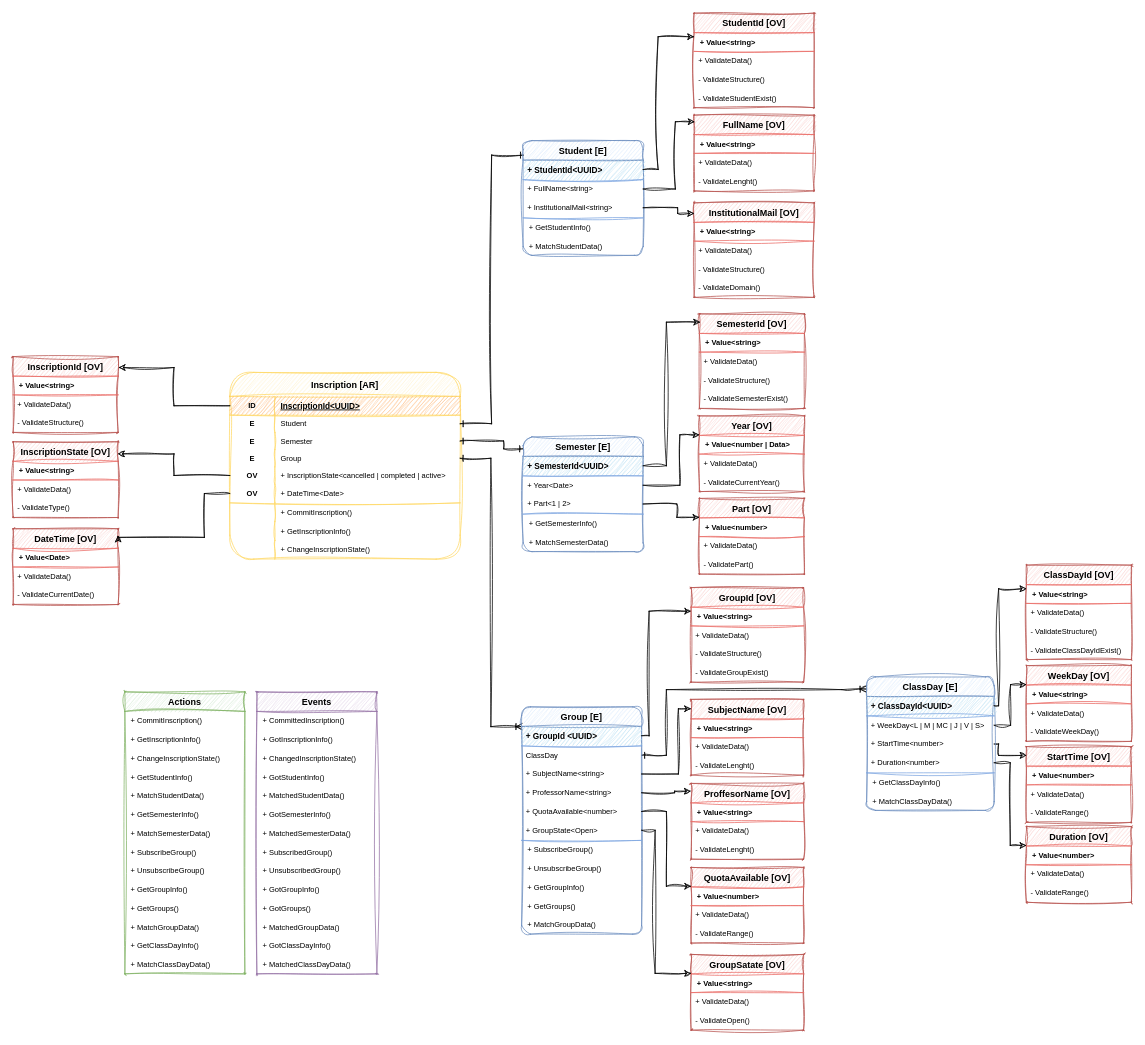
Above: page "Inscription <AR>" (5 of 5) of DDD University - Sofka.drawio in EduaRuiz/C1-2023-DDD-Colombia (draw.io), before the change. Source tidied: cells renumbered, new cells numbered last; positions are measured from the earlier drawing's top-left corner, leaving out a move shared by most shapes. Both pictures are drawn from the tidied source at 75%, with x=0, y=0 at pixel (13, 13).
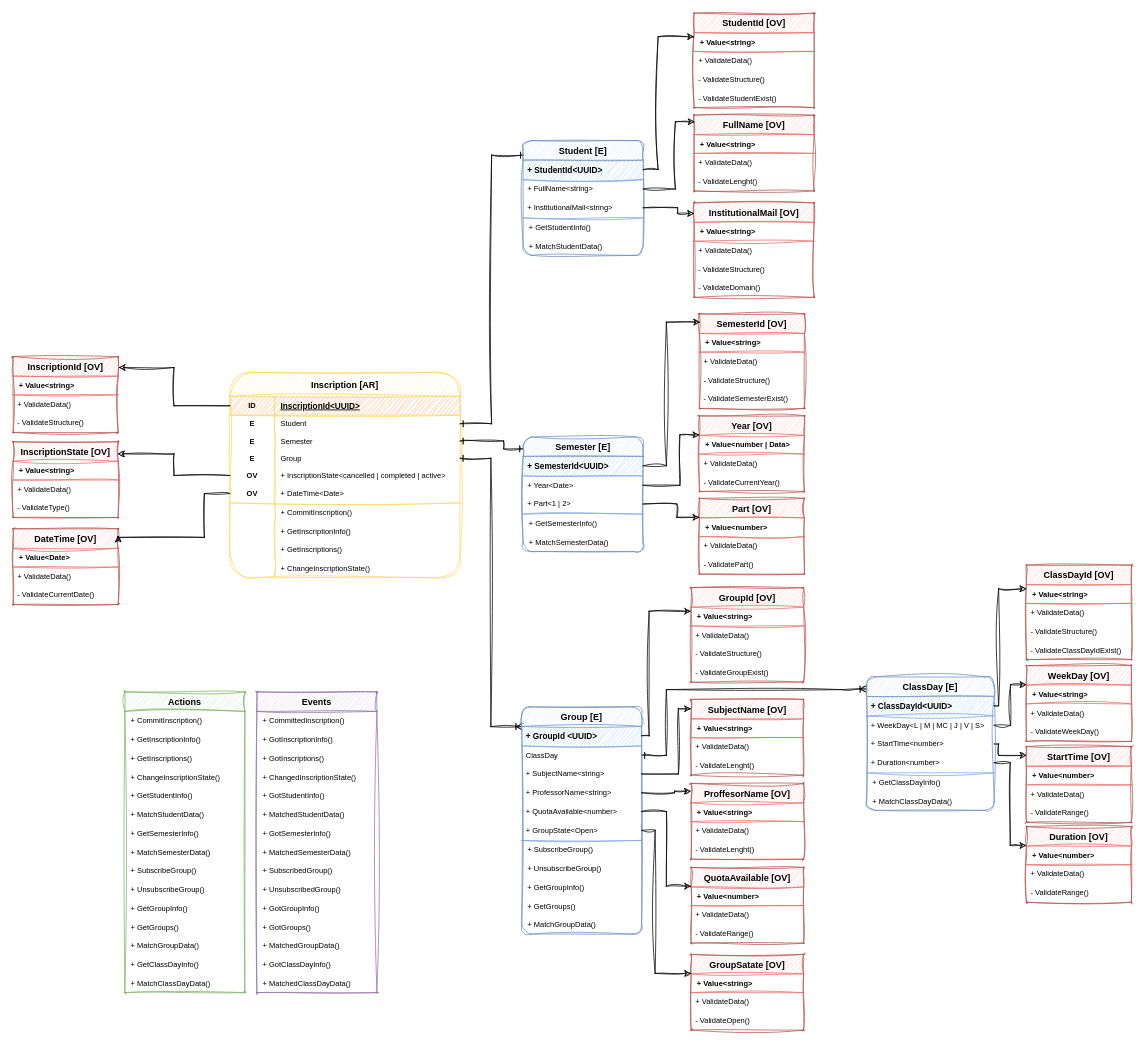
The same diagram, later.

Unchanged cells that the change refers to:
```xml
<mxCell id="49" style="group;" parent="1" vertex="1">
  <mxGeometry x="149" y="905" width="336" height="301" as="geometry" />
</mxCell>
```

Diff of the diagram source:
```diff
@@
     <mxCell id="2" value="Inscription [AR]" style="shape=table;startSize=32;childLayout=tableLayout;rowLines=0;fontStyle=1;align=center;rounded=1;shadow=0;glass=0;sketch=1;fillStyle=auto;strokeColor=#FFD966;fontSize=12;fillColor=#fff2cc;arcSize=50;swimlaneLine=1;curveFitting=1;jiggle=2;" parent="1" vertex="1">
-      <mxGeometry x="289" y="479" width="307" height="249" as="geometry" />
+      <mxGeometry x="289" y="479" width="307" height="274" as="geometry" />
     </mxCell>
@@
+    <mxCell id="203" style="shape=tableRow;horizontal=0;startSize=0;swimlaneHead=0;swimlaneBody=0;fillColor=none;top=0;left=0;right=0;bottom=0;rounded=0;shadow=0;glass=0;sketch=1;fillStyle=auto;strokeColor=#FF99CC;fontSize=10;curveFitting=1;jiggle=2;" parent="2" vertex="1">
+      <mxGeometry y="224" width="307" height="25" as="geometry" />
+    </mxCell>
+    <mxCell id="204" style="shape=partialRectangle;fillColor=none;top=0;left=0;bottom=0;right=0;overflow=hidden;rounded=0;shadow=0;glass=0;dashed=1;sketch=1;fillStyle=auto;strokeColor=#FF99CC;fontSize=10;curveFitting=1;jiggle=2;" parent="203" vertex="1">
+      <mxGeometry width="60" height="25" as="geometry" />
+    </mxCell>
+    <mxCell id="205" value="+ GetInscriptions()" style="shape=partialRectangle;fillColor=none;top=0;left=0;bottom=0;right=0;align=left;spacingLeft=6;overflow=hidden;rounded=0;shadow=0;glass=0;dashed=1;sketch=1;fillStyle=auto;strokeColor=#FF99CC;fontSize=10;curveFitting=1;jiggle=2;" parent="203" vertex="1">
+      <mxGeometry x="60" width="247" height="25" as="geometry" />
+    </mxCell>
     <mxCell id="27" style="shape=tableRow;horizontal=0;startSize=0;swimlaneHead=0;swimlaneBody=0;fillColor=none;top=0;left=0;right=0;bottom=0;rounded=0;shadow=0;glass=0;sketch=1;fillStyle=auto;strokeColor=#FF99CC;fontSize=10;curveFitting=1;jiggle=2;" parent="2" vertex="1">
-      <mxGeometry y="224" width="307" height="25" as="geometry" />
+      <mxGeometry y="249" width="307" height="25" as="geometry" />
     </mxCell>
@@
     <mxCell id="50" value="Actions" style="swimlane;fontStyle=1;horizontal=1;startSize=26;align=center;fontSize=12;rounded=1;shadow=0;glass=0;sketch=1;fillStyle=auto;strokeColor=#82b366;fillColor=#d5e8d4;arcSize=0;swimlaneLine=1;curveFitting=1;jiggle=2;" parent="49" vertex="1">
-      <mxGeometry width="160" height="376" as="geometry" />
+      <mxGeometry width="160" height="401" as="geometry" />
     </mxCell>
@@
+    <mxCell id="206" value="+ GetInscriptions()" style="shape=partialRectangle;fillColor=none;top=0;left=0;bottom=0;right=0;align=left;spacingLeft=6;overflow=hidden;rounded=0;shadow=0;glass=0;dashed=1;sketch=1;fillStyle=auto;strokeColor=#FF99CC;fontSize=10;curveFitting=1;jiggle=2;" parent="50" vertex="1">
+      <mxGeometry y="76" width="160" height="25" as="geometry" />
+    </mxCell>
     <mxCell id="53" value="+ ChangeInscriptionState()" style="shape=partialRectangle;fillColor=none;top=0;left=0;bottom=0;right=0;align=left;spacingLeft=6;overflow=hidden;rounded=0;shadow=0;glass=0;dashed=1;sketch=1;fillStyle=auto;strokeColor=#FF99CC;fontSize=10;curveFitting=1;jiggle=2;" parent="50" vertex="1">
-      <mxGeometry y="76" width="160" height="25" as="geometry" />
+      <mxGeometry y="101" width="160" height="25" as="geometry" />
     </mxCell>
     <mxCell id="54" value="+ GetStudentInfo()" style="shape=partialRectangle;fillColor=none;top=0;left=0;bottom=0;right=0;align=left;spacingLeft=6;fontStyle=0;overflow=hidden;rounded=0;shadow=0;glass=0;dashed=1;sketch=1;fillStyle=auto;strokeColor=#FF99CC;fontSize=10;curveFitting=1;jiggle=2;" parent="50" vertex="1">
-      <mxGeometry y="101" width="160" height="25" as="geometry" />
+      <mxGeometry y="126" width="160" height="25" as="geometry" />
     </mxCell>
     <mxCell id="55" value="+ MatchStudentData()" style="shape=partialRectangle;fillColor=none;top=0;left=0;bottom=0;right=0;align=left;spacingLeft=6;fontStyle=0;overflow=hidden;rounded=0;shadow=0;glass=0;dashed=1;sketch=1;fillStyle=auto;strokeColor=#FF99CC;fontSize=10;curveFitting=1;jiggle=2;" parent="50" vertex="1">
-      <mxGeometry y="126" width="160" height="25" as="geometry" />
+      <mxGeometry y="151" width="160" height="25" as="geometry" />
     </mxCell>
     <mxCell id="56" value="+ GetSemesterInfo()" style="shape=partialRectangle;fillColor=none;top=0;left=0;bottom=0;right=0;align=left;spacingLeft=6;fontStyle=0;overflow=hidden;rounded=0;shadow=0;glass=0;dashed=1;sketch=1;fillStyle=auto;strokeColor=#FF99CC;fontSize=10;curveFitting=1;jiggle=2;" parent="50" vertex="1">
-      <mxGeometry y="151" width="160" height="25" as="geometry" />
+      <mxGeometry y="176" width="160" height="25" as="geometry" />
     </mxCell>
     <mxCell id="57" value="+ MatchSemesterData()" style="shape=partialRectangle;fillColor=none;top=0;left=0;bottom=0;right=0;align=left;spacingLeft=6;fontStyle=0;overflow=hidden;rounded=0;shadow=0;glass=0;dashed=1;sketch=1;fillStyle=auto;strokeColor=#FF99CC;fontSize=10;curveFitting=1;jiggle=2;" parent="50" vertex="1">
-      <mxGeometry y="176" width="160" height="25" as="geometry" />
+      <mxGeometry y="201" width="160" height="25" as="geometry" />
     </mxCell>
     <mxCell id="58" value="+ SubscribeGroup()" style="shape=partialRectangle;fillColor=none;top=0;left=0;bottom=0;right=0;align=left;spacingLeft=6;fontStyle=0;overflow=hidden;rounded=0;shadow=0;glass=0;dashed=1;sketch=1;fillStyle=auto;strokeColor=#FF99CC;fontSize=10;curveFitting=1;jiggle=2;" parent="50" vertex="1">
-      <mxGeometry y="201" width="160" height="25" as="geometry" />
+      <mxGeometry y="226" width="160" height="25" as="geometry" />
     </mxCell>
     <mxCell id="59" value="+ UnsubscribeGroup()" style="shape=partialRectangle;fillColor=none;top=0;left=0;bottom=0;right=0;align=left;spacingLeft=6;fontStyle=0;overflow=hidden;rounded=0;shadow=0;glass=0;dashed=1;sketch=1;fillStyle=auto;strokeColor=#FF99CC;fontSize=10;curveFitting=1;jiggle=2;" parent="50" vertex="1">
-      <mxGeometry y="226" width="160" height="25" as="geometry" />
+      <mxGeometry y="251" width="160" height="25" as="geometry" />
     </mxCell>
     <mxCell id="60" value="+ GetGroupInfo()" style="shape=partialRectangle;fillColor=none;top=0;left=0;bottom=0;right=0;align=left;spacingLeft=6;fontStyle=0;overflow=hidden;rounded=0;shadow=0;glass=0;dashed=1;sketch=1;fillStyle=auto;strokeColor=#FF99CC;fontSize=10;curveFitting=1;jiggle=2;" parent="50" vertex="1">
-      <mxGeometry y="251" width="160" height="25" as="geometry" />
+      <mxGeometry y="276" width="160" height="25" as="geometry" />
     </mxCell>
     <mxCell id="61" value="+ GetGroups()" style="shape=partialRectangle;fillColor=none;top=0;left=0;bottom=0;right=0;align=left;spacingLeft=6;fontStyle=0;overflow=hidden;rounded=0;shadow=0;glass=0;dashed=1;sketch=1;fillStyle=auto;strokeColor=#FF99CC;fontSize=10;curveFitting=1;jiggle=2;" parent="50" vertex="1">
-      <mxGeometry y="276" width="160" height="25" as="geometry" />
+      <mxGeometry y="301" width="160" height="25" as="geometry" />
     </mxCell>
     <mxCell id="62" value="+ MatchGroupData()" style="shape=partialRectangle;fillColor=none;top=0;left=0;bottom=0;right=0;align=left;spacingLeft=6;fontStyle=0;overflow=hidden;rounded=0;shadow=0;glass=0;dashed=1;sketch=1;fillStyle=auto;strokeColor=#FF99CC;fontSize=10;curveFitting=1;jiggle=2;" parent="50" vertex="1">
-      <mxGeometry y="301" width="160" height="25" as="geometry" />
+      <mxGeometry y="326" width="160" height="25" as="geometry" />
     </mxCell>
     <mxCell id="63" value="+ GetClassDayInfo()" style="shape=partialRectangle;fillColor=none;top=0;left=0;bottom=0;right=0;align=left;spacingLeft=6;fontStyle=0;overflow=hidden;rounded=0;shadow=0;glass=0;dashed=1;sketch=1;fillStyle=auto;strokeColor=#FF99CC;fontSize=10;curveFitting=1;jiggle=2;" parent="50" vertex="1">
-      <mxGeometry y="326" width="160" height="25" as="geometry" />
+      <mxGeometry y="351" width="160" height="25" as="geometry" />
     </mxCell>
     <mxCell id="64" value="+ MatchClassDayData()" style="shape=partialRectangle;fillColor=none;top=0;left=0;bottom=0;right=0;align=left;spacingLeft=6;fontStyle=0;overflow=hidden;rounded=0;shadow=0;glass=0;dashed=1;sketch=1;fillStyle=auto;strokeColor=#FF99CC;fontSize=10;curveFitting=1;jiggle=2;" parent="50" vertex="1">
-      <mxGeometry y="351" width="160" height="25" as="geometry" />
+      <mxGeometry y="376" width="160" height="25" as="geometry" />
     </mxCell>
     <mxCell id="65" value="Events" style="swimlane;fontStyle=1;horizontal=1;startSize=26;align=center;fontSize=12;rounded=1;shadow=0;glass=0;sketch=1;fillStyle=auto;strokeColor=#9673a6;fillColor=#e1d5e7;arcSize=0;swimlaneLine=1;curveFitting=1;jiggle=2;" parent="49" vertex="1">
-      <mxGeometry x="176" width="160" height="376" as="geometry" />
+      <mxGeometry x="176" width="160" height="401" as="geometry" />
     </mxCell>
@@
+    <mxCell id="207" value="+ GotInscriptions()" style="shape=partialRectangle;fillColor=none;top=0;left=0;bottom=0;right=0;align=left;spacingLeft=6;overflow=hidden;rounded=0;shadow=0;glass=0;dashed=1;sketch=1;fillStyle=auto;strokeColor=#FF99CC;fontSize=10;curveFitting=1;jiggle=2;" parent="65" vertex="1">
+      <mxGeometry y="76" width="160" height="25" as="geometry" />
+    </mxCell>
     <mxCell id="68" value="+ ChangedInscriptionState()" style="shape=partialRectangle;fillColor=none;top=0;left=0;bottom=0;right=0;align=left;spacingLeft=6;overflow=hidden;rounded=0;shadow=0;glass=0;dashed=1;sketch=1;fillStyle=auto;strokeColor=#FF99CC;fontSize=10;curveFitting=1;jiggle=2;" parent="65" vertex="1">
-      <mxGeometry y="76" width="160" height="25" as="geometry" />
+      <mxGeometry y="101" width="160" height="25" as="geometry" />
     </mxCell>
     <mxCell id="69" value="+ GotStudentInfo()" style="shape=partialRectangle;fillColor=none;top=0;left=0;bottom=0;right=0;align=left;spacingLeft=6;fontStyle=0;overflow=hidden;rounded=0;shadow=0;glass=0;dashed=1;sketch=1;fillStyle=auto;strokeColor=#FF99CC;fontSize=10;curveFitting=1;jiggle=2;" parent="65" vertex="1">
-      <mxGeometry y="101" width="160" height="25" as="geometry" />
+      <mxGeometry y="126" width="160" height="25" as="geometry" />
     </mxCell>
     <mxCell id="70" value="+ MatchedStudentData()" style="shape=partialRectangle;fillColor=none;top=0;left=0;bottom=0;right=0;align=left;spacingLeft=6;fontStyle=0;overflow=hidden;rounded=0;shadow=0;glass=0;dashed=1;sketch=1;fillStyle=auto;strokeColor=#FF99CC;fontSize=10;curveFitting=1;jiggle=2;" parent="65" vertex="1">
-      <mxGeometry y="126" width="160" height="25" as="geometry" />
+      <mxGeometry y="151" width="160" height="25" as="geometry" />
     </mxCell>
     <mxCell id="71" value="+ GotSemesterInfo()" style="shape=partialRectangle;fillColor=none;top=0;left=0;bottom=0;right=0;align=left;spacingLeft=6;fontStyle=0;overflow=hidden;rounded=0;shadow=0;glass=0;dashed=1;sketch=1;fillStyle=auto;strokeColor=#FF99CC;fontSize=10;curveFitting=1;jiggle=2;" parent="65" vertex="1">
-      <mxGeometry y="151" width="160" height="25" as="geometry" />
+      <mxGeometry y="176" width="160" height="25" as="geometry" />
     </mxCell>
     <mxCell id="72" value="+ MatchedSemesterData()" style="shape=partialRectangle;fillColor=none;top=0;left=0;bottom=0;right=0;align=left;spacingLeft=6;fontStyle=0;overflow=hidden;rounded=0;shadow=0;glass=0;dashed=1;sketch=1;fillStyle=auto;strokeColor=#FF99CC;fontSize=10;curveFitting=1;jiggle=2;" parent="65" vertex="1">
-      <mxGeometry y="176" width="160" height="25" as="geometry" />
+      <mxGeometry y="201" width="160" height="25" as="geometry" />
     </mxCell>
     <mxCell id="73" value="+ SubscribedGroup()" style="shape=partialRectangle;fillColor=none;top=0;left=0;bottom=0;right=0;align=left;spacingLeft=6;fontStyle=0;overflow=hidden;rounded=0;shadow=0;glass=0;dashed=1;sketch=1;fillStyle=auto;strokeColor=#FF99CC;fontSize=10;curveFitting=1;jiggle=2;" parent="65" vertex="1">
-      <mxGeometry y="201" width="160" height="25" as="geometry" />
+      <mxGeometry y="226" width="160" height="25" as="geometry" />
     </mxCell>
     <mxCell id="74" value="+ UnsubscribedGroup()" style="shape=partialRectangle;fillColor=none;top=0;left=0;bottom=0;right=0;align=left;spacingLeft=6;fontStyle=0;overflow=hidden;rounded=0;shadow=0;glass=0;dashed=1;sketch=1;fillStyle=auto;strokeColor=#FF99CC;fontSize=10;curveFitting=1;jiggle=2;" parent="65" vertex="1">
-      <mxGeometry y="226" width="160" height="25" as="geometry" />
+      <mxGeometry y="251" width="160" height="25" as="geometry" />
     </mxCell>
     <mxCell id="75" value="+ GotGroupInfo()" style="shape=partialRectangle;fillColor=none;top=0;left=0;bottom=0;right=0;align=left;spacingLeft=6;fontStyle=0;overflow=hidden;rounded=0;shadow=0;glass=0;dashed=1;sketch=1;fillStyle=auto;strokeColor=#FF99CC;fontSize=10;curveFitting=1;jiggle=2;" parent="65" vertex="1">
-      <mxGeometry y="251" width="160" height="25" as="geometry" />
+      <mxGeometry y="276" width="160" height="25" as="geometry" />
     </mxCell>
     <mxCell id="76" value="+ GotGroups()" style="shape=partialRectangle;fillColor=none;top=0;left=0;bottom=0;right=0;align=left;spacingLeft=6;fontStyle=0;overflow=hidden;rounded=0;shadow=0;glass=0;dashed=1;sketch=1;fillStyle=auto;strokeColor=#FF99CC;fontSize=10;curveFitting=1;jiggle=2;" parent="65" vertex="1">
-      <mxGeometry y="276" width="160" height="25" as="geometry" />
+      <mxGeometry y="301" width="160" height="25" as="geometry" />
     </mxCell>
     <mxCell id="77" value="+ MatchedGroupData()" style="shape=partialRectangle;fillColor=none;top=0;left=0;bottom=0;right=0;align=left;spacingLeft=6;fontStyle=0;overflow=hidden;rounded=0;shadow=0;glass=0;dashed=1;sketch=1;fillStyle=auto;strokeColor=#FF99CC;fontSize=10;curveFitting=1;jiggle=2;" parent="65" vertex="1">
-      <mxGeometry y="301" width="160" height="25" as="geometry" />
+      <mxGeometry y="326" width="160" height="25" as="geometry" />
     </mxCell>
     <mxCell id="78" value="+ GotClassDayInfo()" style="shape=partialRectangle;fillColor=none;top=0;left=0;bottom=0;right=0;align=left;spacingLeft=6;fontStyle=0;overflow=hidden;rounded=0;shadow=0;glass=0;dashed=1;sketch=1;fillStyle=auto;strokeColor=#FF99CC;fontSize=10;curveFitting=1;jiggle=2;" parent="65" vertex="1">
-      <mxGeometry y="326" width="160" height="25" as="geometry" />
+      <mxGeometry y="351" width="160" height="25" as="geometry" />
     </mxCell>
     <mxCell id="79" value="+ MatchedClassDayData()" style="shape=partialRectangle;fillColor=none;top=0;left=0;bottom=0;right=0;align=left;spacingLeft=6;fontStyle=0;overflow=hidden;rounded=0;shadow=0;glass=0;dashed=1;sketch=1;fillStyle=auto;strokeColor=#FF99CC;fontSize=10;curveFitting=1;jiggle=2;" parent="65" vertex="1">
-      <mxGeometry y="351" width="160" height="25" as="geometry" />
+      <mxGeometry y="376" width="160" height="25" as="geometry" />
     </mxCell>
```
